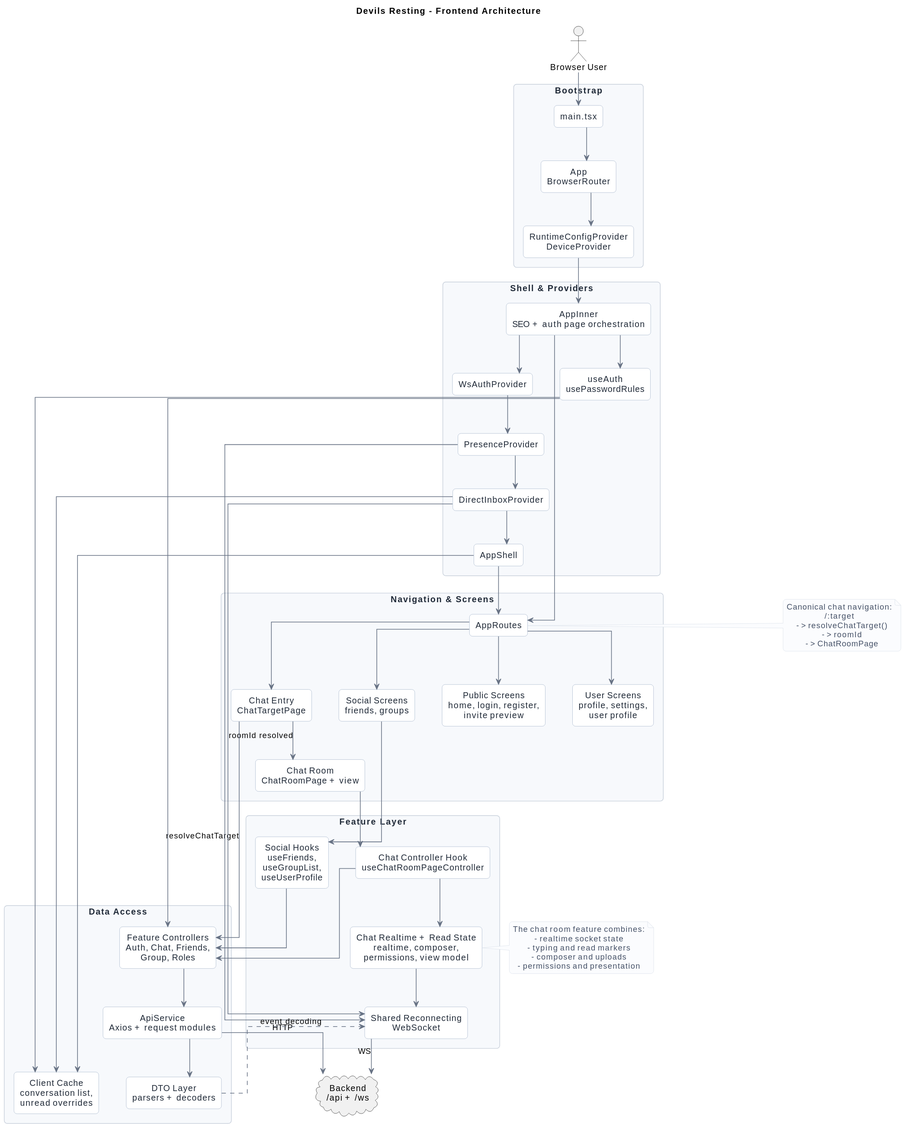
This is docs/uml/rendered/frontend-architecture.svg from asdAet/django-channels-chat-react--, a PlantUML export, as it was before one commit.
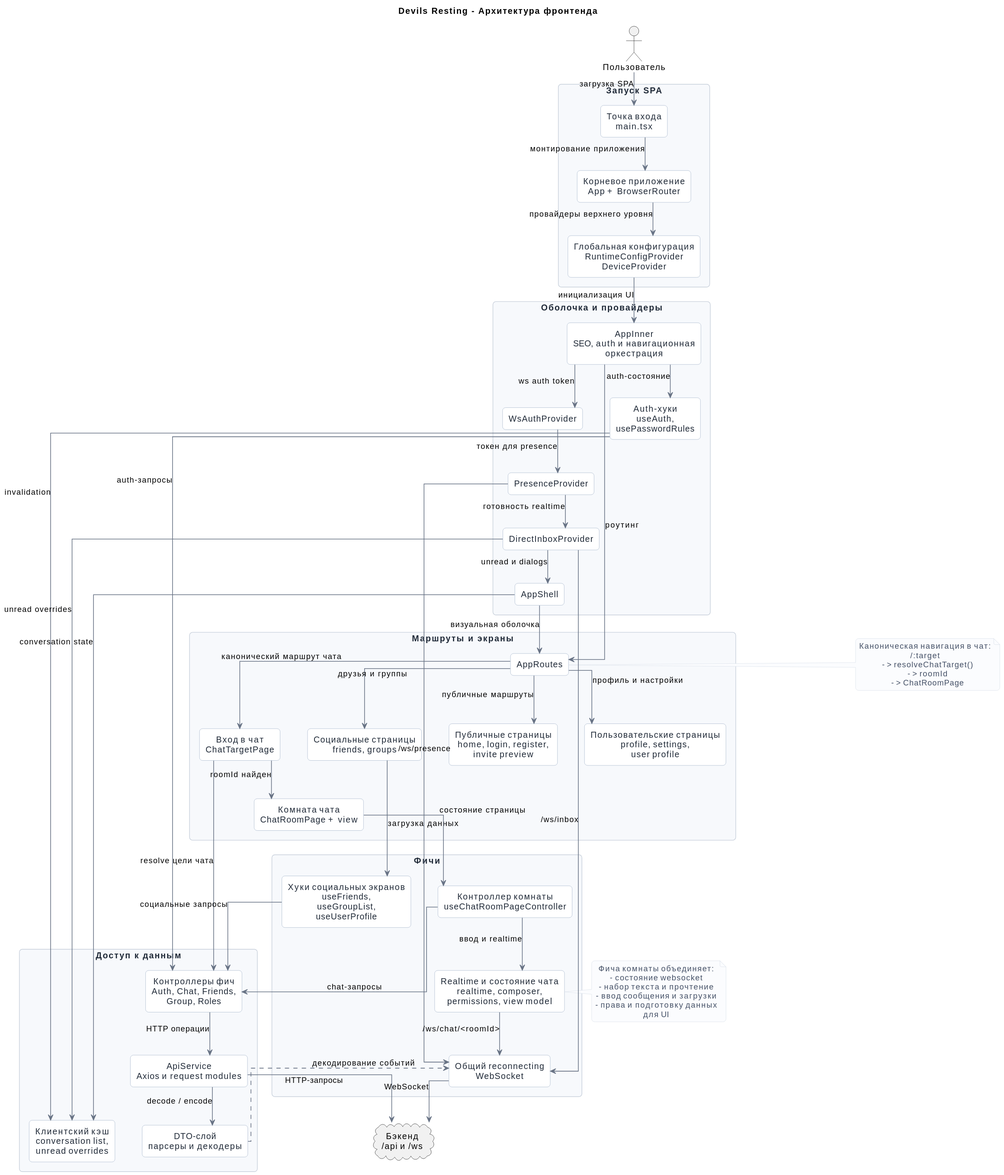
Later version of the same file.

Diff of the diagram source:
```diff
@@ -1,5 +1,5 @@
 @startuml
-title Devils Resting - Frontend Architecture
+title Devils Resting - Архитектура фронтенда
 top to bottom direction
 skinparam shadowing false
 skinparam backgroundColor #ffffff
@@ -11,6 +11,7 @@
 skinparam roundcorner 10
 skinparam ArrowColor #687385
 skinparam ArrowThickness 1.1
+skinparam defaultFontName Arial
 skinparam packageStyle rectangle
 skinparam componentStyle rectangle
 skinparam rectangle {
@@ -34,45 +35,45 @@
   FontColor #445066
 }
 
-actor "Browser User" as BrowserUser
-cloud "Backend\n/api + /ws" as Backend
+actor "Пользователь" as BrowserUser
+cloud "Бэкенд\n/api и /ws" as Backend
 
-rectangle "Bootstrap" {
-  component "main.tsx" as Main
-  component "App\nBrowserRouter" as App
-  component "RuntimeConfigProvider\nDeviceProvider" as Runtime
+rectangle "Запуск SPA" {
+  component "Точка входа\nmain.tsx" as Main
+  component "Корневое приложение\nApp + BrowserRouter" as App
+  component "Глобальная конфигурация\nRuntimeConfigProvider\nDeviceProvider" as Runtime
 }
 
-rectangle "Shell & Providers" {
-  component "AppInner\nSEO + auth page orchestration" as AppInner
-  component "useAuth\nusePasswordRules" as AuthHooks
+rectangle "Оболочка и провайдеры" {
+  component "AppInner\nSEO, auth и навигационная оркестрация" as AppInner
+  component "Auth-хуки\nuseAuth,\nusePasswordRules" as AuthHooks
   component "WsAuthProvider" as WsAuth
   component "PresenceProvider" as Presence
   component "DirectInboxProvider" as Inbox
   component "AppShell" as Shell
 }
 
-rectangle "Navigation & Screens" {
+rectangle "Маршруты и экраны" {
   component "AppRoutes" as Routes
-  component "Public Screens\nhome, login, register,\ninvite preview" as PublicScreens
-  component "User Screens\nprofile, settings,\nuser profile" as UserScreens
-  component "Social Screens\nfriends, groups" as SocialScreens
-  component "Chat Entry\nChatTargetPage" as ChatEntry
-  component "Chat Room\nChatRoomPage + view" as ChatRoom
+  component "Публичные страницы\nhome, login, register,\ninvite preview" as PublicScreens
+  component "Пользовательские страницы\nprofile, settings,\nuser profile" as UserScreens
+  component "Социальные страницы\nfriends, groups" as SocialScreens
+  component "Вход в чат\nChatTargetPage" as ChatEntry
+  component "Комната чата\nChatRoomPage + view" as ChatRoom
 }
 
-rectangle "Feature Layer" {
-  component "Social Hooks\nuseFriends,\nuseGroupList,\nuseUserProfile" as SocialHooks
-  component "Chat Controller Hook\nuseChatRoomPageController" as ChatFeature
-  component "Chat Realtime + Read State\nrealtime, composer,\npermissions, view model" as ChatRealtime
-  component "Shared Reconnecting WebSocket" as ReconnectWs
+rectangle "Фичи" {
+  component "Хуки социальных экранов\nuseFriends,\nuseGroupList,\nuseUserProfile" as SocialHooks
+  component "Контроллер комнаты\nuseChatRoomPageController" as ChatFeature
+  component "Realtime и состояние чата\nrealtime, composer,\npermissions, view model" as ChatRealtime
+  component "Общий reconnecting WebSocket" as ReconnectWs
 }
 
-rectangle "Data Access" {
-  component "Feature Controllers\nAuth, Chat, Friends,\nGroup, Roles" as Controllers
-  component "ApiService\nAxios + request modules" as ApiService
-  component "DTO Layer\nparsers + decoders" as DtoLayer
-  component "Client Cache\nconversation list,\nunread overrides" as CacheLayer
+rectangle "Доступ к данным" {
+  component "Контроллеры фич\nAuth, Chat, Friends,\nGroup, Roles" as Controllers
+  component "ApiService\nAxios и request modules" as ApiService
+  component "DTO-слой\nпарсеры и декодеры" as DtoLayer
+  component "Клиентский кэш\nconversation list,\nunread overrides" as CacheLayer
 }
 
 Main -[hidden]down-> App
@@ -92,49 +93,49 @@
 ApiService -[hidden]right-> DtoLayer
 DtoLayer -[hidden]right-> CacheLayer
 
-BrowserUser --> Main
-Main --> App
-App --> Runtime
-Runtime --> AppInner
+BrowserUser --> Main : загрузка SPA
+Main --> App : монтирование приложения
+App --> Runtime : провайдеры верхнего уровня
+Runtime --> AppInner : инициализация UI
 
-AppInner --> AuthHooks
-AppInner --> WsAuth
-WsAuth --> Presence
-Presence --> Inbox
-Inbox --> Shell
-AppInner --> Routes
-Shell --> Routes
+AppInner --> AuthHooks : auth-состояние
+AppInner --> WsAuth : ws auth token
+WsAuth --> Presence : токен для presence
+Presence --> Inbox : готовность realtime
+Inbox --> Shell : unread и dialogs
+AppInner --> Routes : роутинг
+Shell --> Routes : визуальная оболочка
 
-Routes --> PublicScreens
-Routes --> UserScreens
-Routes --> SocialScreens
-Routes --> ChatEntry
+Routes --> PublicScreens : публичные маршруты
+Routes --> UserScreens : профиль и настройки
+Routes --> SocialScreens : друзья и группы
+Routes --> ChatEntry : канонический маршрут чата
 
-SocialScreens --> SocialHooks
-ChatEntry --> Controllers : resolveChatTarget
-ChatEntry --> ChatRoom : roomId resolved
-ChatRoom --> ChatFeature
-ChatFeature --> ChatRealtime
+SocialScreens --> SocialHooks : загрузка данных
+ChatEntry --> Controllers : resolve цели чата
+ChatEntry --> ChatRoom : roomId найден
+ChatRoom --> ChatFeature : состояние страницы
+ChatFeature --> ChatRealtime : ввод и realtime
 
-AuthHooks --> Controllers
-SocialHooks --> Controllers
-ChatFeature --> Controllers
-Presence --> ReconnectWs
-Inbox --> ReconnectWs
-ChatRealtime --> ReconnectWs
+AuthHooks --> Controllers : auth-запросы
+SocialHooks --> Controllers : социальные запросы
+ChatFeature --> Controllers : chat-запросы
+Presence --> ReconnectWs : /ws/presence
+Inbox --> ReconnectWs : /ws/inbox
+ChatRealtime --> ReconnectWs : /ws/chat/<roomId>
 
-Controllers --> ApiService
-ApiService --> DtoLayer
-AuthHooks --> CacheLayer
-Inbox --> CacheLayer
-Shell --> CacheLayer
+Controllers --> ApiService : HTTP операции
+ApiService --> DtoLayer : decode / encode
+AuthHooks --> CacheLayer : invalidation
+Inbox --> CacheLayer : unread overrides
+Shell --> CacheLayer : conversation state
 
-ApiService --> Backend : HTTP
-ReconnectWs --> Backend : WS
-DtoLayer ..> ReconnectWs : event decoding
+ApiService --> Backend : HTTP-запросы
+ReconnectWs --> Backend : WebSocket
+DtoLayer ..> ReconnectWs : декодирование событий
 
 note right of Routes
-Canonical chat navigation:
+Каноническая навигация в чат:
 /:target
   -> resolveChatTarget()
   -> roomId
@@ -142,10 +143,10 @@
 end note
 
 note right of ChatRealtime
-The chat room feature combines:
-- realtime socket state
-- typing and read markers
-- composer and uploads
-- permissions and presentation
+Фича комнаты объединяет:
+- состояние websocket
+- набор текста и прочтение
+- ввод сообщения и загрузки
+- права и подготовку данных для UI
 end note
 @enduml
```
